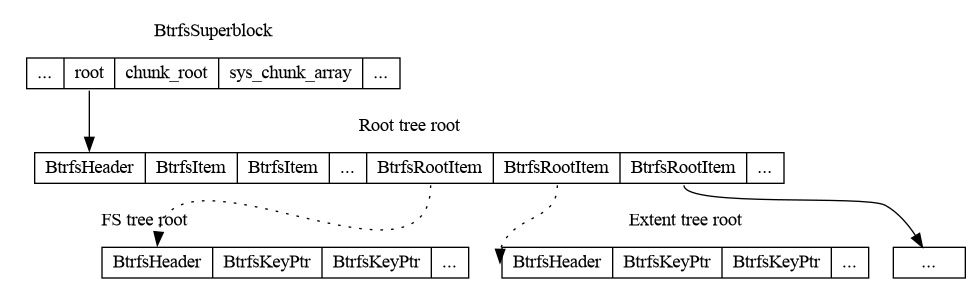
Earlier version of the Graphviz export examples/btrfs-internals-4/tree.png (danobi/dxuuu.xyz). Its source is kept beside it as examples/btrfs-internals-4/tree.dot. The source it was exported from:
```dot

digraph F {
  node [shape = record, height = .1];

  subgraph cluster_1 {
    n0 [label = "<f0> ... | <f1> root | <f2> chunk_root | <f3> sys_chunk_array  | <f4> ..."];
    label = "BtrfsSuperblock";
    pencolor = transparent;
  }

  subgraph cluster_2 {
    n1 [label = "<f0> BtrfsHeader | <f1> BtrfsItem | <f2> BtrfsItem | <f3> ... | <f4> BtrfsRootItem | <f5> BtrfsRootItem | <f6> BtrfsRootItem | <f7> ..."];
    label = "Root tree root";
    pencolor = transparent;
  }

  subgraph cluster_3 {
    n2 [label = "<f0> BtrfsHeader | <f1> BtrfsKeyPtr | <f2> BtrfsKeyPtr | <f3> ..."];
    label = "FS tree root";
    labeljust = "l";
    pencolor = transparent;
  }

  subgraph cluster_4 {
    n3 [label = "<f0> BtrfsHeader | <f1> BtrfsKeyPtr | <f2> BtrfsKeyPtr | <f3> ..."];
    label = "Extent tree root";
    pencolor = transparent;
  }

  "n0":f1 -> "n1":f0;
  "n1":f4 -> "n2":f0 [style = "dotted"];
  "n1":f5 -> "n3":f0 [style = "dotted"];
  "n1":f6 -> "..."
}
```
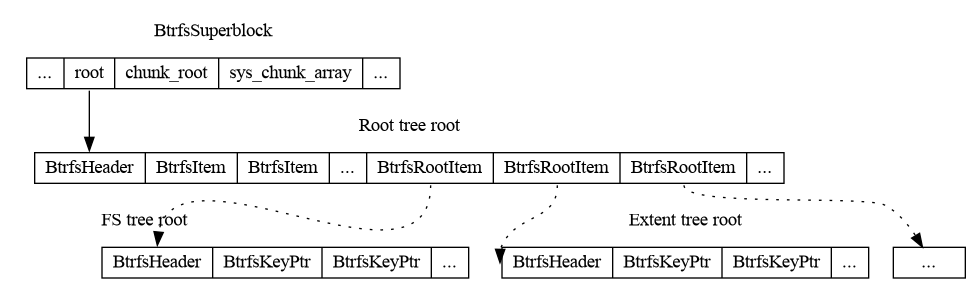
The same file after the commit.

Commit message:
btrfs-internals-4: Use dotted line

What changed in the source:
```diff
@@ -30,5 +30,5 @@
   "n0":f1 -> "n1":f0;
   "n1":f4 -> "n2":f0 [style = "dotted"];
   "n1":f5 -> "n3":f0 [style = "dotted"];
-  "n1":f6 -> "..."
+  "n1":f6 -> "..." [style = "dotted"];
 }
```
